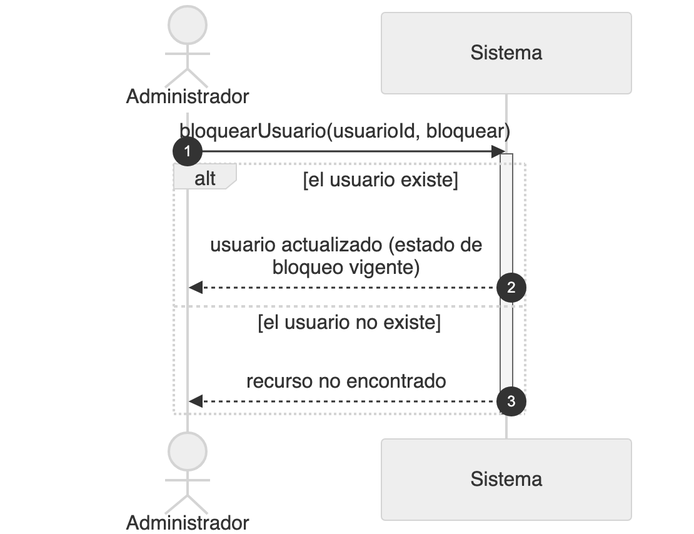
Nahuelito-Dev/splg-docs keeps this Mermaid diagram as diagramas/png/DSS_CU-050_Bloquear-Desbloquear-Usuario.png. Above is the earlier version. Its source is kept beside it as diagramas/DSS_CU-050_Bloquear-Desbloquear-Usuario.mmd.
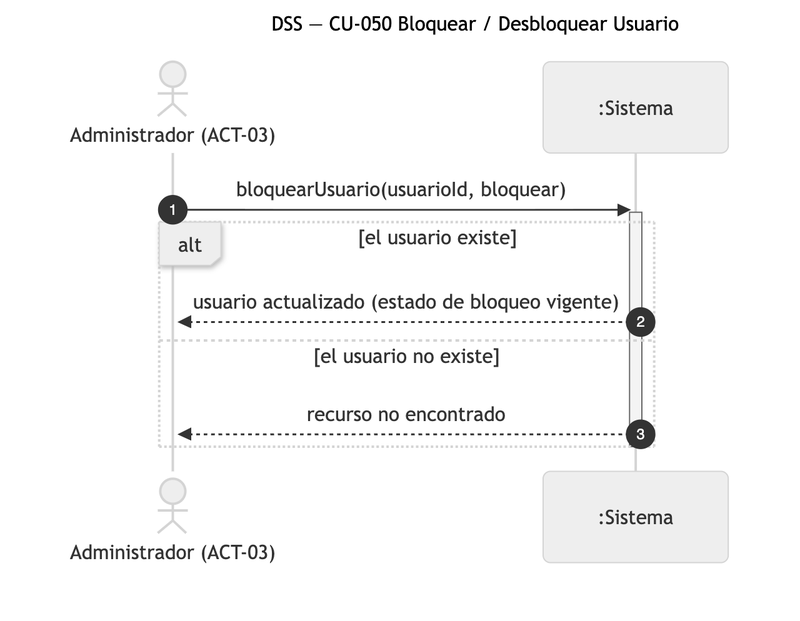
The same file after the commit.

Diff of the diagram source:
```diff
@@ -1,8 +1,8 @@
 sequenceDiagram
-    title DSS — CU-050 Bloquear Desbloquear Usuario
+    title DSS — CU-050 Bloquear / Desbloquear Usuario
     autonumber
-    actor ADM as Administrador
-    participant SIS as Sistema
+    actor ADM as Administrador (ACT-03)
+    participant SIS as :Sistema
 
     ADM->>SIS: bloquearUsuario(usuarioId, bloquear)
     activate SIS
```
